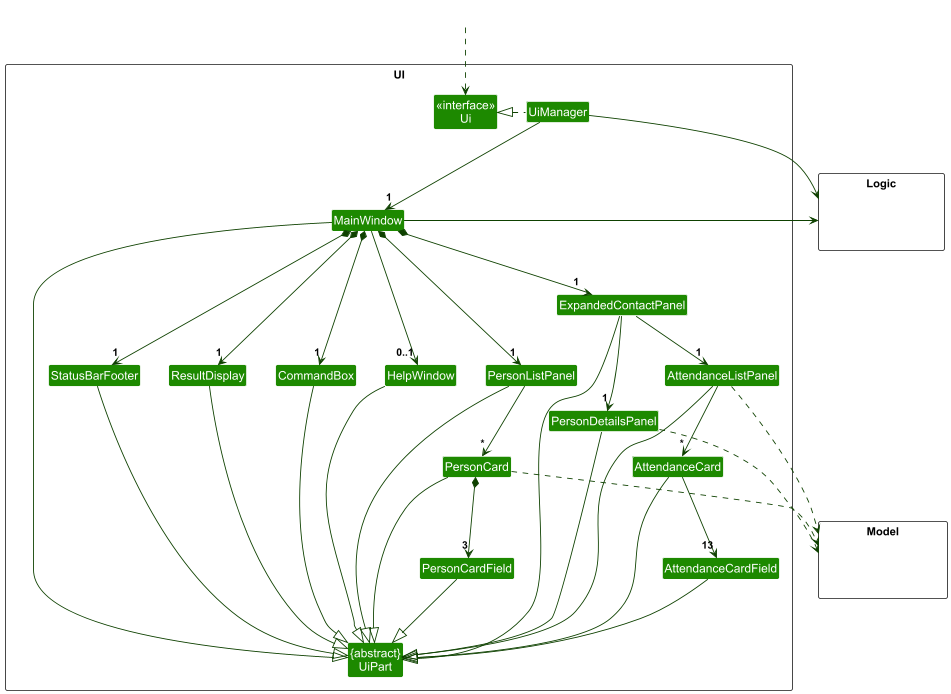
Above: docs/images/UiClassDiagram.png in e-hua/tp (PlantUML), before the change. The source it was exported from:
```plantuml
@startuml
!include style.puml
skinparam arrowThickness 1.1
skinparam arrowColor UI_COLOR_T4
skinparam classBackgroundColor UI_COLOR

package UI <<Rectangle>>{
Class "<<interface>>\nUi" as Ui
Class "{abstract}\nUiPart" as UiPart
Class UiManager
Class MainWindow
Class HelpWindow
Class ResultDisplay
Class PersonListPanel
Class PersonCard
Class PersonCardField
Class StatusBarFooter
Class CommandBox
Class ExpandedContactPanel
Class PersonDetailsPanel
Class AttendanceListPanel
Class AttendanceCard
Class AttendanceCardField
}

package Model <<Rectangle>> {
Class HiddenModel #FFFFFF
}

package Logic <<Rectangle>> {
Class HiddenLogic #FFFFFF
}

Class HiddenOutside #FFFFFF
HiddenOutside ..> Ui

UiManager .left.|> Ui
UiManager -down-> "1" MainWindow
MainWindow *-down->  "1" CommandBox
MainWindow *-down-> "1" ResultDisplay
MainWindow *-down-> "1" PersonListPanel
MainWindow *-down-> "1" StatusBarFooter
MainWindow *-down-> "1" ExpandedContactPanel
MainWindow --> "0..1" HelpWindow

PersonListPanel -down-> "*" PersonCard

ExpandedContactPanel -down-> "1" PersonDetailsPanel
PersonCard *-down-> "3" PersonCardField

ExpandedContactPanel -down-> "1" AttendanceListPanel
AttendanceListPanel -down-> "*" AttendanceCard
AttendanceCard -down-> "13" AttendanceCardField

MainWindow -left-|> UiPart

ResultDisplay --|> UiPart
CommandBox --|> UiPart
ExpandedContactPanel --|> UiPart
PersonDetailsPanel --|> UiPart
AttendanceListPanel --|> UiPart
AttendanceCard --|> UiPart
AttendanceCardField --|> UiPart
PersonListPanel --|> UiPart
PersonCard --|> UiPart
PersonCardField --|> UiPart
StatusBarFooter --|> UiPart
HelpWindow --|> UiPart

PersonCard ..> Model
PersonDetailsPanel ..> Model : ""
AttendanceListPanel ..> Model : ""
UiManager -right-> Logic
MainWindow -left-> Logic

PersonListPanel -[hidden]left- HelpWindow
HelpWindow -[hidden]left- CommandBox
CommandBox -[hidden]left- ResultDisplay
ResultDisplay -[hidden]left- StatusBarFooter

MainWindow -[hidden]-|> UiPart
@enduml
```
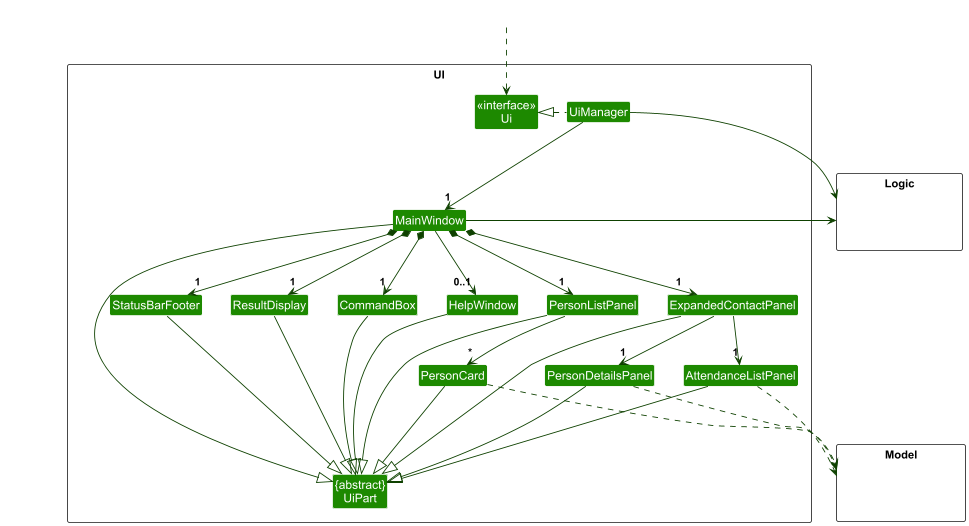
The same diagram one commit later.

Commit message:
Simplify UI class diagram by omitting low-level classes

What changed in the source:
```diff
@@ -13,14 +13,11 @@
 Class ResultDisplay
 Class PersonListPanel
 Class PersonCard
-Class PersonCardField
 Class StatusBarFooter
 Class CommandBox
 Class ExpandedContactPanel
 Class PersonDetailsPanel
 Class AttendanceListPanel
-Class AttendanceCard
-Class AttendanceCardField
 }
 
 package Model <<Rectangle>> {
@@ -46,11 +43,8 @@
 PersonListPanel -down-> "*" PersonCard
 
 ExpandedContactPanel -down-> "1" PersonDetailsPanel
-PersonCard *-down-> "3" PersonCardField
 
 ExpandedContactPanel -down-> "1" AttendanceListPanel
-AttendanceListPanel -down-> "*" AttendanceCard
-AttendanceCard -down-> "13" AttendanceCardField
 
 MainWindow -left-|> UiPart
 
@@ -59,11 +53,8 @@
 ExpandedContactPanel --|> UiPart
 PersonDetailsPanel --|> UiPart
 AttendanceListPanel --|> UiPart
-AttendanceCard --|> UiPart
-AttendanceCardField --|> UiPart
 PersonListPanel --|> UiPart
 PersonCard --|> UiPart
-PersonCardField --|> UiPart
 StatusBarFooter --|> UiPart
 HelpWindow --|> UiPart
 
```
